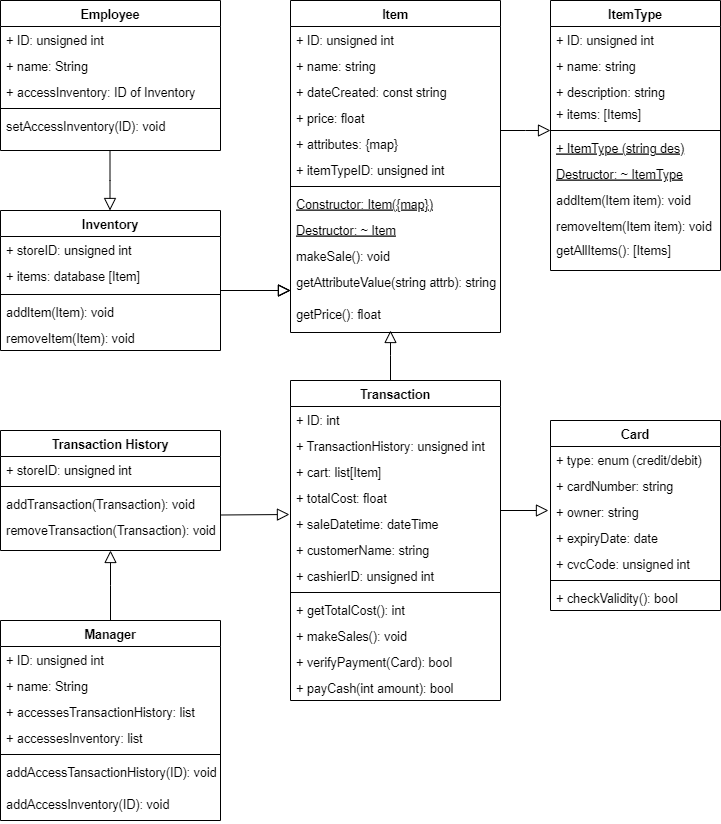
Earlier version of the draw.io export Group_07_PointOfSaleSystem_UML.png (ArceusX/CS250-S24-Group07). Source tidied: cells renumbered, new cells last; positions are measured from the earlier drawing's top-left corner, leaving out a move shared by most shapes.
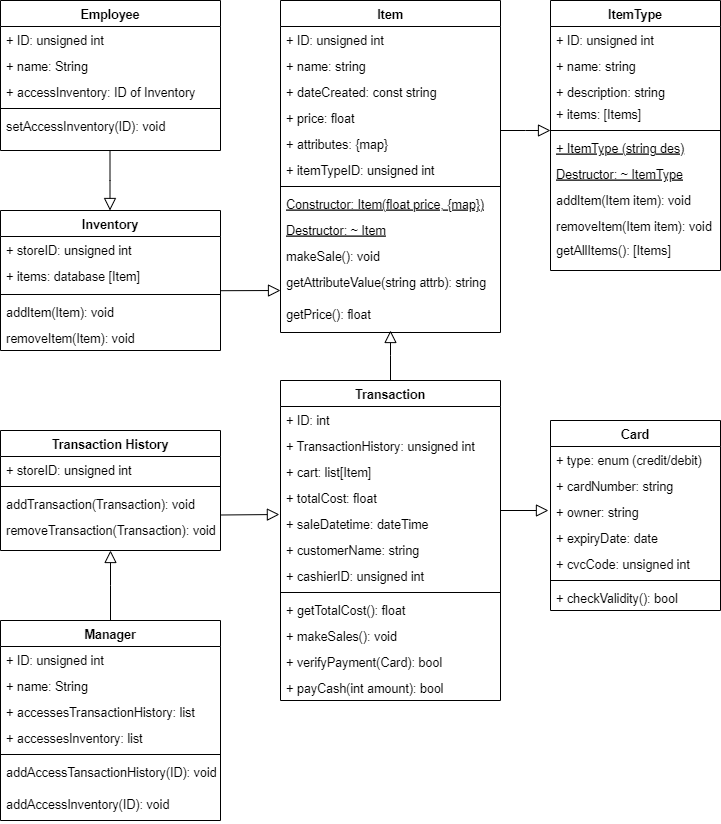
The same diagram one commit later.

The edit, as a diff of the source:
```diff
@@ -3,82 +3,82 @@
     <mxCell id="0" />
     <mxCell id="1" parent="0" />
     <mxCell id="2" value="Item" style="swimlane;fontStyle=1;align=center;verticalAlign=top;horizontal=1;startSize=26;rounded=0;shadow=0;strokeWidth=1;fontSize=12.5;" parent="1" vertex="1">
-      <mxGeometry x="290" width="210" height="332" as="geometry" />
+      <mxGeometry x="280" width="220" height="332" as="geometry" />
     </mxCell>
     <mxCell id="3" value="+ ID: unsigned int" style="text;align=left;verticalAlign=top;spacingLeft=4;spacingRight=4;overflow=hidden;fontSize=12.5;" parent="2" vertex="1">
-      <mxGeometry y="26" width="210" height="26" as="geometry" />
+      <mxGeometry y="26" width="220" height="26" as="geometry" />
     </mxCell>
     <mxCell id="4" value="+ name: string" style="text;align=left;verticalAlign=top;spacingLeft=4;spacingRight=4;overflow=hidden;rounded=0;shadow=0;html=0;fontSize=12.5;" parent="2" vertex="1">
-      <mxGeometry y="52" width="210" height="26" as="geometry" />
+      <mxGeometry y="52" width="220" height="26" as="geometry" />
     </mxCell>
     <mxCell id="5" value="+ dateCreated: const string" style="text;align=left;verticalAlign=top;spacingLeft=4;spacingRight=4;overflow=hidden;rounded=0;shadow=0;html=0;fontSize=12.5;" parent="2" vertex="1">
-      <mxGeometry y="78" width="210" height="26" as="geometry" />
+      <mxGeometry y="78" width="220" height="26" as="geometry" />
     </mxCell>
     <mxCell id="6" value="+ price: float" style="text;align=left;verticalAlign=top;spacingLeft=4;spacingRight=4;overflow=hidden;rounded=0;shadow=0;html=0;fontSize=12.5;" parent="2" vertex="1">
-      <mxGeometry y="104" width="210" height="26" as="geometry" />
+      <mxGeometry y="104" width="220" height="26" as="geometry" />
     </mxCell>
     <mxCell id="7" value="+ attributes: {map} " style="text;align=left;verticalAlign=top;spacingLeft=4;spacingRight=4;overflow=hidden;rounded=0;shadow=0;html=0;fontSize=12.5;" parent="2" vertex="1">
-      <mxGeometry y="130" width="210" height="26" as="geometry" />
+      <mxGeometry y="130" width="220" height="26" as="geometry" />
     </mxCell>
     <mxCell id="8" value="+ itemTypeID: unsigned int" style="text;align=left;verticalAlign=top;spacingLeft=4;spacingRight=4;overflow=hidden;rounded=0;shadow=0;html=0;fontSize=12.5;" parent="2" vertex="1">
-      <mxGeometry y="156" width="210" height="26" as="geometry" />
+      <mxGeometry y="156" width="220" height="26" as="geometry" />
     </mxCell>
     <mxCell id="9" style="line;html=1;strokeWidth=1;align=left;verticalAlign=middle;spacingTop=-1;spacingLeft=3;spacingRight=3;labelPosition=right;fontSize=12.5;" parent="2" vertex="1">
-      <mxGeometry y="182" width="210" height="8" as="geometry" />
+      <mxGeometry y="182" width="220" height="8" as="geometry" />
     </mxCell>
-    <mxCell id="10" value="Constructor: Item({map})" style="text;align=left;verticalAlign=top;spacingLeft=4;spacingRight=4;overflow=hidden;fontStyle=4;fontSize=12.5;" parent="2" vertex="1">
-      <mxGeometry y="190" width="210" height="26" as="geometry" />
+    <mxCell id="10" value="Constructor: Item(float price, {map})" style="text;align=left;verticalAlign=top;spacingLeft=4;spacingRight=4;overflow=hidden;fontStyle=4;fontSize=12.5;" parent="2" vertex="1">
+      <mxGeometry y="190" width="220" height="26" as="geometry" />
     </mxCell>
     <mxCell id="11" value="Destructor: ~ Item" style="text;align=left;verticalAlign=top;spacingLeft=4;spacingRight=4;overflow=hidden;fontStyle=4;fontSize=12.5;" parent="2" vertex="1">
-      <mxGeometry y="216" width="210" height="26" as="geometry" />
+      <mxGeometry y="216" width="220" height="26" as="geometry" />
     </mxCell>
     <mxCell id="12" value="makeSale(): void" style="text;align=left;verticalAlign=top;spacingLeft=4;spacingRight=4;overflow=hidden;fontSize=12.5;" parent="2" vertex="1">
-      <mxGeometry y="242" width="210" height="26" as="geometry" />
+      <mxGeometry y="242" width="220" height="26" as="geometry" />
     </mxCell>
     <mxCell id="13" value="getAttributeValue(string attrb): string" style="text;align=left;verticalAlign=top;spacingLeft=4;spacingRight=4;overflow=hidden;fontSize=12.5;" parent="2" vertex="1">
-      <mxGeometry y="268" width="210" height="32" as="geometry" />
+      <mxGeometry y="268" width="220" height="32" as="geometry" />
     </mxCell>
     <mxCell id="14" value="getPrice(): float" style="text;align=left;verticalAlign=top;spacingLeft=4;spacingRight=4;overflow=hidden;fontSize=12.5;" parent="2" vertex="1">
-      <mxGeometry y="300" width="210" height="20" as="geometry" />
+      <mxGeometry y="300" width="220" height="20" as="geometry" />
     </mxCell>
     <mxCell id="15" value="Transaction" style="swimlane;fontStyle=1;align=center;verticalAlign=top;horizontal=1;startSize=26;rounded=0;shadow=0;strokeWidth=1;fontSize=12.5;" parent="1" vertex="1">
-      <mxGeometry x="290" y="380" width="210" height="320" as="geometry" />
+      <mxGeometry x="280" y="380" width="220" height="320" as="geometry" />
     </mxCell>
     <mxCell id="16" value="+ ID: int" style="text;align=left;verticalAlign=top;spacingLeft=4;spacingRight=4;overflow=hidden;fontSize=12.5;" parent="15" vertex="1">
-      <mxGeometry y="26" width="210" height="26" as="geometry" />
+      <mxGeometry y="26" width="220" height="26" as="geometry" />
     </mxCell>
     <mxCell id="17" value="+ TransactionHistory: unsigned int" style="text;align=left;verticalAlign=top;spacingLeft=4;spacingRight=4;overflow=hidden;fontSize=12.5;" parent="15" vertex="1">
-      <mxGeometry y="52" width="210" height="26" as="geometry" />
+      <mxGeometry y="52" width="220" height="26" as="geometry" />
     </mxCell>
     <mxCell id="18" value="+ cart: list[Item]" style="text;align=left;verticalAlign=top;spacingLeft=4;spacingRight=4;overflow=hidden;fontSize=12.5;" parent="15" vertex="1">
-      <mxGeometry y="78" width="210" height="26" as="geometry" />
+      <mxGeometry y="78" width="220" height="26" as="geometry" />
     </mxCell>
     <mxCell id="19" value="+ totalCost: float" style="text;align=left;verticalAlign=top;spacingLeft=4;spacingRight=4;overflow=hidden;rounded=0;shadow=0;html=0;fontSize=12.5;" parent="15" vertex="1">
-      <mxGeometry y="104" width="210" height="26" as="geometry" />
+      <mxGeometry y="104" width="220" height="26" as="geometry" />
     </mxCell>
     <mxCell id="20" value="+ saleDatetime: dateTime&#10;" style="text;align=left;verticalAlign=top;spacingLeft=4;spacingRight=4;overflow=hidden;points=[[0,0.5],[1,0.5]];portConstraint=eastwest;rounded=0;shadow=0;html=0;fontSize=12.5;" parent="15" vertex="1">
-      <mxGeometry y="130" width="210" height="26" as="geometry" />
+      <mxGeometry y="130" width="220" height="26" as="geometry" />
     </mxCell>
     <mxCell id="21" value="+ customerName: string&#10;" style="text;align=left;verticalAlign=top;spacingLeft=4;spacingRight=4;overflow=hidden;rounded=0;shadow=0;html=0;fontSize=12.5;" parent="15" vertex="1">
-      <mxGeometry y="156" width="210" height="26" as="geometry" />
+      <mxGeometry y="156" width="220" height="26" as="geometry" />
     </mxCell>
     <mxCell id="22" value="+ cashierID: unsigned int" style="text;align=left;verticalAlign=top;spacingLeft=4;spacingRight=4;overflow=hidden;rounded=0;shadow=0;html=0;fontSize=12.5;" parent="15" vertex="1">
-      <mxGeometry y="182" width="210" height="26" as="geometry" />
+      <mxGeometry y="182" width="220" height="26" as="geometry" />
     </mxCell>
     <mxCell id="23" style="line;html=1;strokeWidth=1;align=left;verticalAlign=middle;spacingTop=-1;spacingLeft=3;spacingRight=3;labelPosition=right;fontSize=12.5;" parent="15" vertex="1">
-      <mxGeometry y="208" width="210" height="8" as="geometry" />
+      <mxGeometry y="208" width="220" height="8" as="geometry" />
     </mxCell>
-    <mxCell id="24" value="+ getTotalCost(): int" style="text;align=left;verticalAlign=top;spacingLeft=4;spacingRight=4;overflow=hidden;fontStyle=0;fontSize=12.5;" parent="15" vertex="1">
-      <mxGeometry y="216" width="210" height="26" as="geometry" />
+    <mxCell id="24" value="+ getTotalCost(): float" style="text;align=left;verticalAlign=top;spacingLeft=4;spacingRight=4;overflow=hidden;fontStyle=0;fontSize=12.5;" parent="15" vertex="1">
+      <mxGeometry y="216" width="220" height="26" as="geometry" />
     </mxCell>
     <mxCell id="25" value="+ makeSales(): void" style="text;align=left;verticalAlign=top;spacingLeft=4;spacingRight=4;overflow=hidden;fontSize=12.5;" parent="15" vertex="1">
-      <mxGeometry y="242" width="210" height="26" as="geometry" />
+      <mxGeometry y="242" width="220" height="26" as="geometry" />
     </mxCell>
     <mxCell id="26" value="+ verifyPayment(Card): bool" style="text;align=left;verticalAlign=top;spacingLeft=4;spacingRight=4;overflow=hidden;fontSize=12.5;" parent="15" vertex="1">
-      <mxGeometry y="268" width="210" height="26" as="geometry" />
+      <mxGeometry y="268" width="220" height="26" as="geometry" />
     </mxCell>
     <mxCell id="27" value="+ payCash(int amount): bool" style="text;align=left;verticalAlign=top;spacingLeft=4;spacingRight=4;overflow=hidden;fontSize=12.5;" parent="15" vertex="1">
-      <mxGeometry y="294" width="210" height="26" as="geometry" />
+      <mxGeometry y="294" width="220" height="26" as="geometry" />
     </mxCell>
     <mxCell id="28" value="ItemType" style="swimlane;fontStyle=1;align=center;verticalAlign=top;horizontal=1;startSize=26;rounded=0;shadow=0;strokeWidth=1;fontSize=12.5;" parent="1" vertex="1">
       <mxGeometry x="550" width="170" height="270" as="geometry" />
@@ -137,12 +137,6 @@
     <mxCell id="45" value="removeItem(Item): void" style="text;align=left;verticalAlign=top;spacingLeft=4;spacingRight=4;overflow=hidden;fontStyle=0;fontSize=12.5;" parent="40" vertex="1">
       <mxGeometry y="114" width="220" height="26" as="geometry" />
     </mxCell>
-    <mxCell id="46" style="endArrow=block;endSize=10;endFill=0;shadow=0;strokeWidth=1;rounded=0;edgeStyle=elbowEdgeStyle;elbow=vertical;fontSize=12.5;" parent="1" edge="1">
-      <mxGeometry relative="1" as="geometry">
-        <mxPoint x="220" y="290" as="sourcePoint" />
-        <mxPoint x="290" y="290" as="targetPoint" />
-      </mxGeometry>
-    </mxCell>
     <mxCell id="47" value="Transaction History" style="swimlane;fontStyle=1;align=center;verticalAlign=top;horizontal=1;startSize=26;rounded=0;shadow=0;strokeWidth=1;fontSize=12.5;" parent="1" vertex="1">
       <mxGeometry y="430" width="220" height="120" as="geometry" />
     </mxCell>
@@ -255,17 +249,10 @@
     <mxCell id="79" value="+ checkValidity(): bool" style="text;align=left;verticalAlign=top;spacingLeft=4;spacingRight=4;overflow=hidden;fontStyle=0;fontSize=12.5;" parent="71" vertex="1">
       <mxGeometry y="164" width="170" height="26" as="geometry" />
     </mxCell>
-    <mxCell id="80" style="endArrow=block;endSize=10;endFill=0;shadow=0;strokeWidth=1;rounded=0;edgeStyle=elbowEdgeStyle;elbow=vertical;fontSize=12.5;" parent="1" edge="1">
+    <mxCell id="80" style="endArrow=block;endSize=10;endFill=0;shadow=0;strokeWidth=1;rounded=0;edgeStyle=elbowEdgeStyle;elbow=vertical;fontSize=12.5;exitX=1;exitY=0.025;exitDx=0;exitDy=0;exitPerimeter=0;" parent="1" edge="1" source="43">
       <mxGeometry relative="1" as="geometry">
-        <mxPoint x="220" y="290" as="sourcePoint" />
-        <mxPoint x="290" y="290" as="targetPoint" />
+        <mxPoint x="280" y="290" as="targetPoint" />
       </mxGeometry>
     </mxCell>
-    <mxCell id="81" style="endArrow=block;endSize=10;endFill=0;shadow=0;strokeWidth=1;rounded=0;edgeStyle=elbowEdgeStyle;elbow=vertical;fontSize=12.5;" parent="1" edge="1">
-      <mxGeometry relative="1" as="geometry">
-        <mxPoint x="220" y="290" as="sourcePoint" />
-        <mxPoint x="290" y="290" as="targetPoint" />
-      </mxGeometry>
-    </mxCell>
   </root>
 </mxGraphModel>
```
